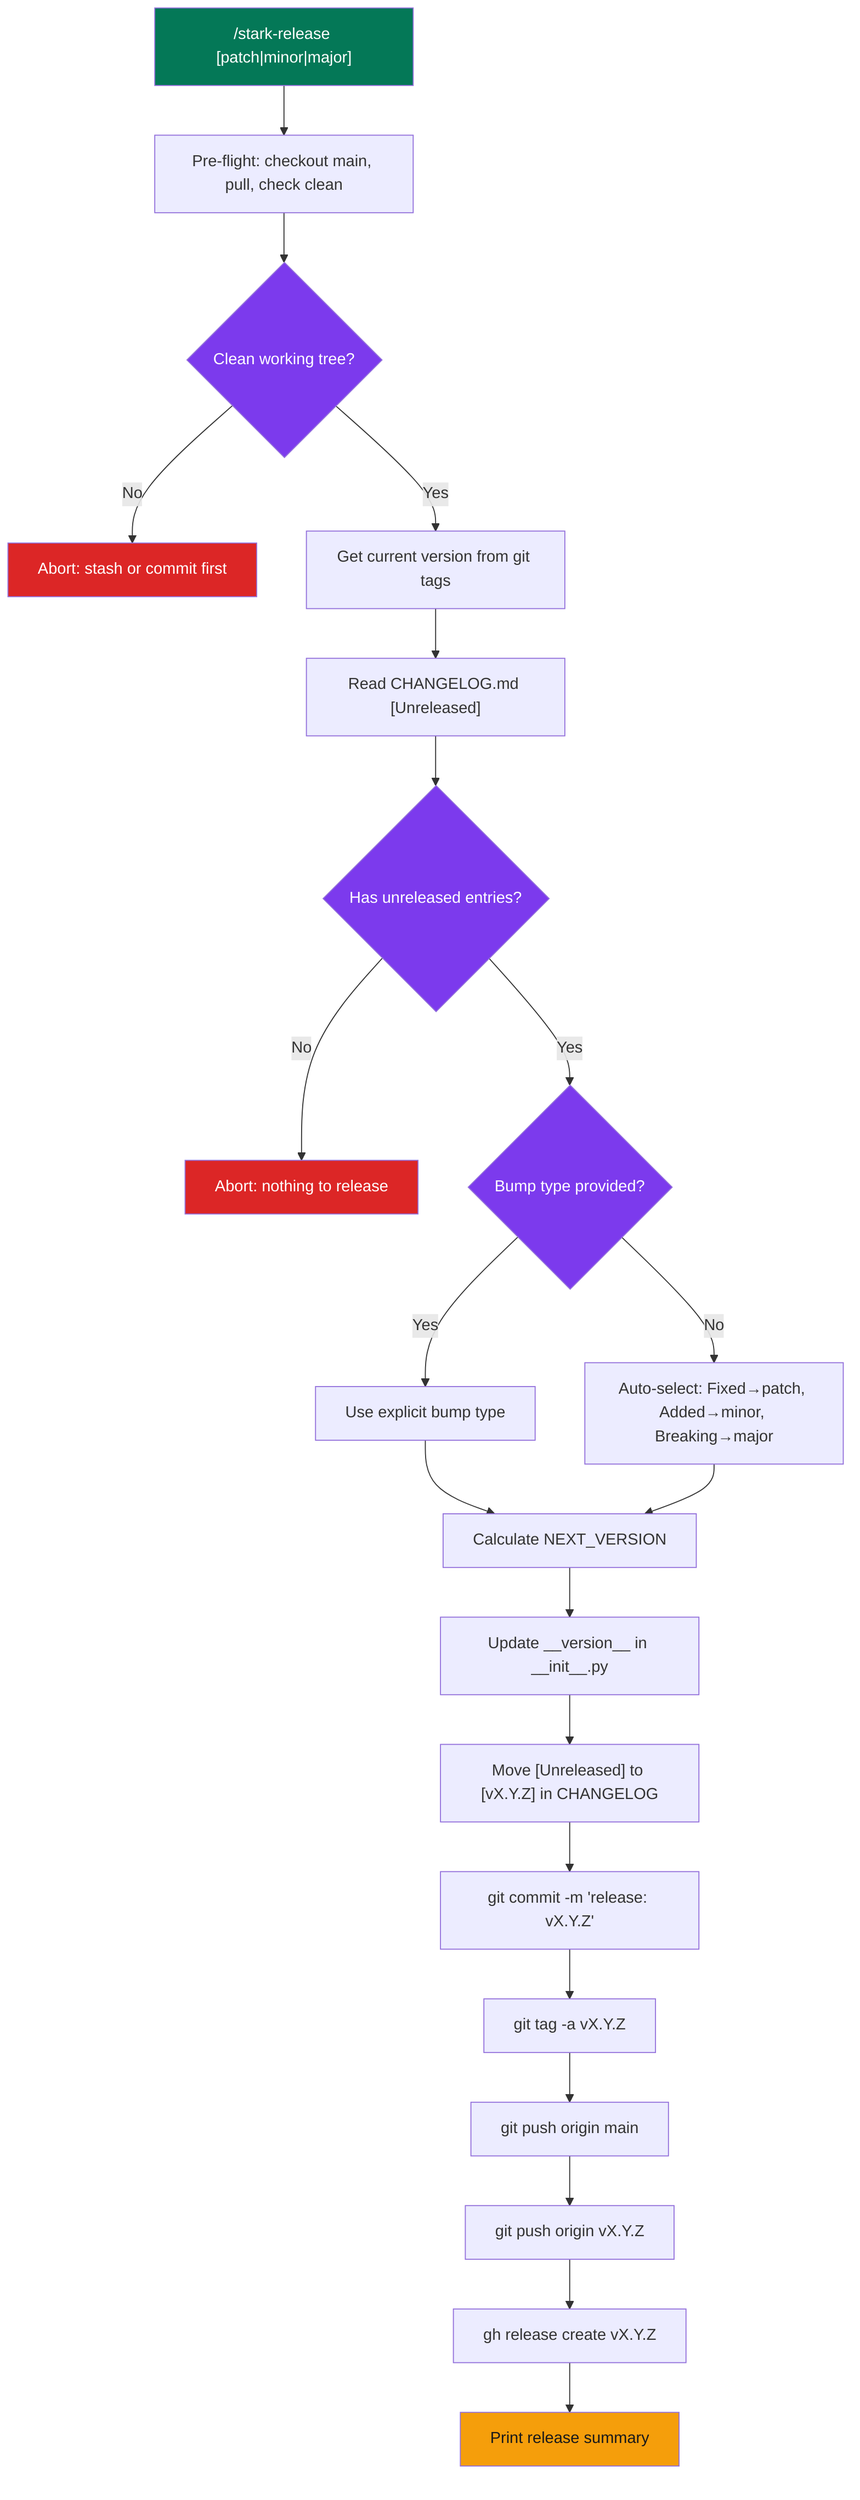
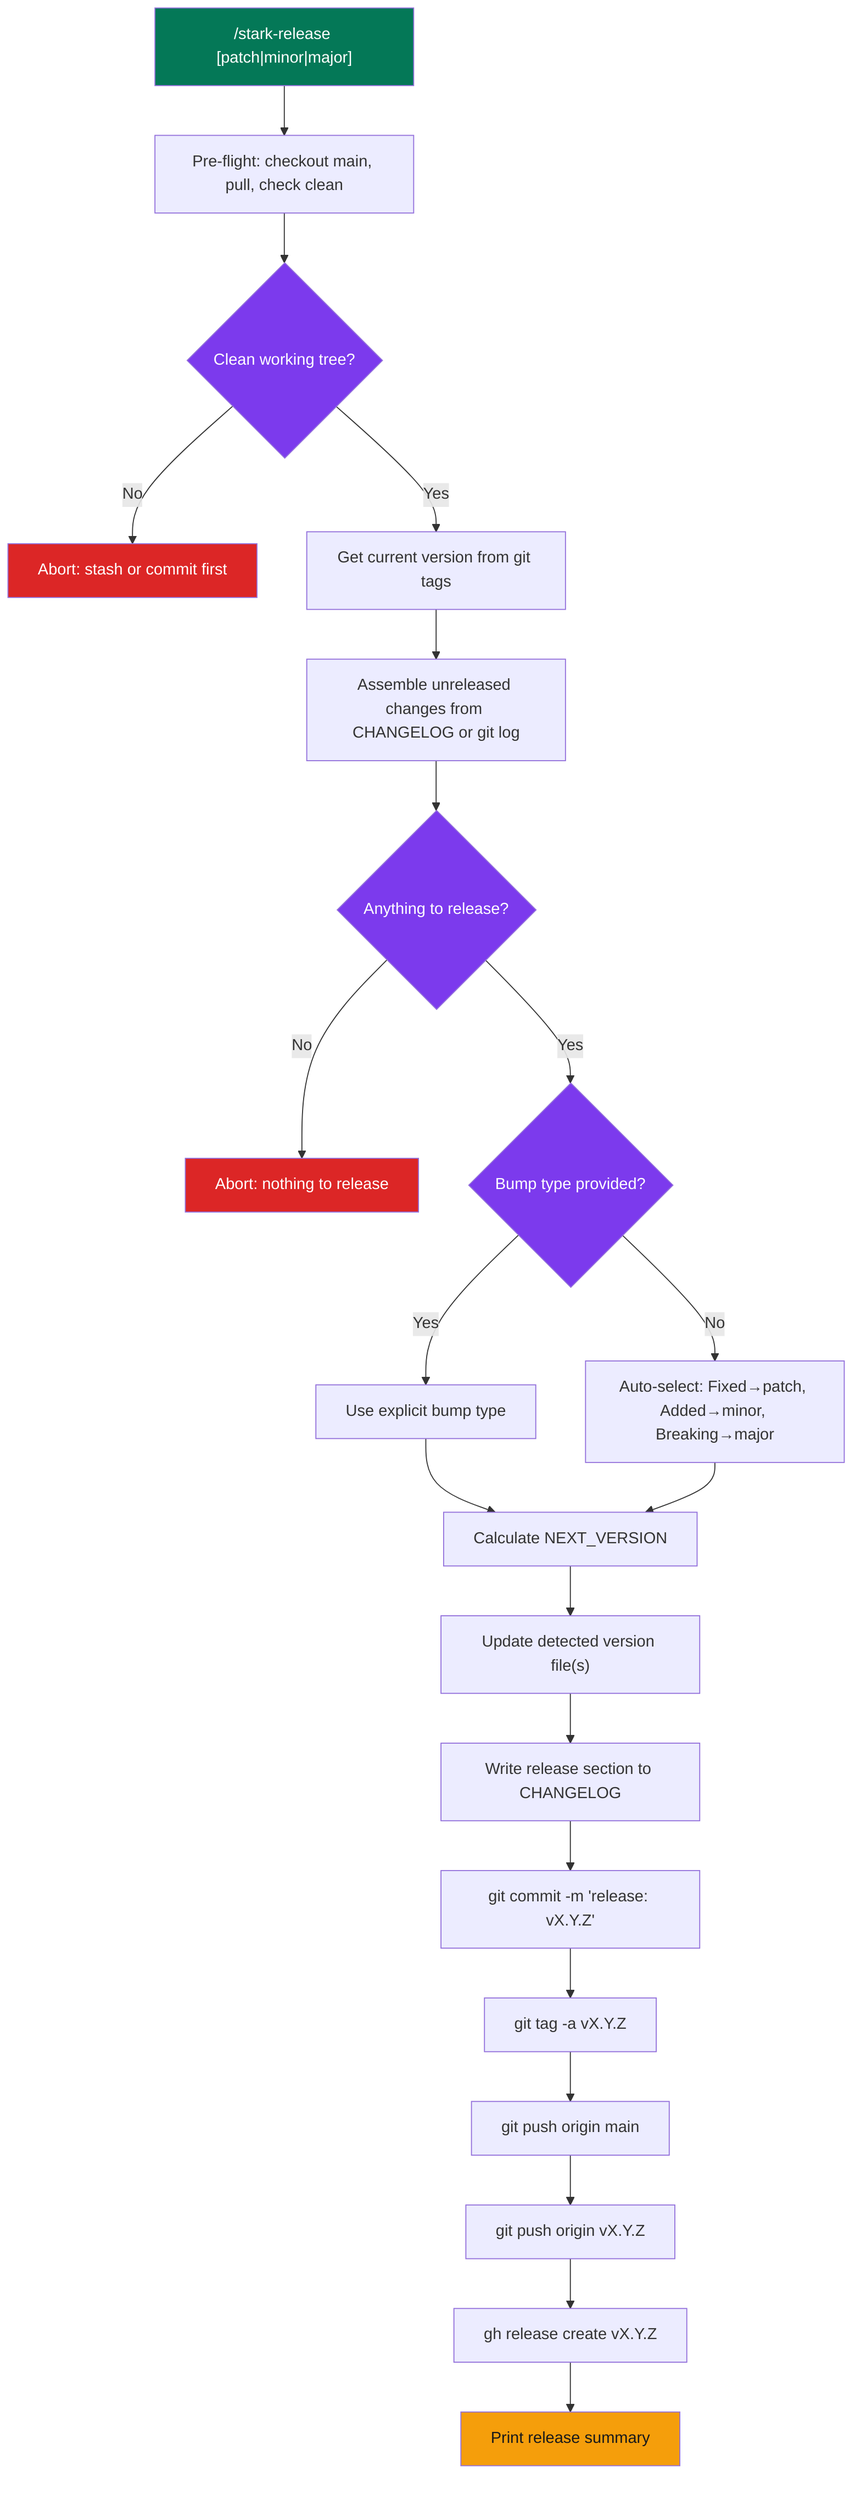
graph TD
    A["/stark-release [patch|minor|major]"] --> B["Pre-flight: checkout main, pull, check clean"]
    B --> C{"Clean working tree?"}
    C -- No --> D["Abort: stash or commit first"]
    C -- Yes --> E["Get current version from git tags"]
-     E --> F["Read CHANGELOG.md [Unreleased]"]
-     F --> G{"Has unreleased entries?"}
+     E --> F["Assemble unreleased changes from CHANGELOG or git log"]
+     F --> G{"Anything to release?"}
    G -- No --> H["Abort: nothing to release"]
    G -- Yes --> I{"Bump type provided?"}
    I -- Yes --> J["Use explicit bump type"]
    I -- No --> K["Auto-select: Fixed→patch, Added→minor, Breaking→major"]
    J --> L["Calculate NEXT_VERSION"]
    K --> L
-     L --> M["Update __version__ in __init__.py"]
-     M --> N["Move [Unreleased] to [vX.Y.Z] in CHANGELOG"]
+     L --> M["Update detected version file(s)"]
+     M --> N["Write release section to CHANGELOG"]
    N --> O["git commit -m 'release: vX.Y.Z'"]
    O --> P["git tag -a vX.Y.Z"]
    P --> Q["git push origin main"]
    Q --> R["git push origin vX.Y.Z"]
    R --> S["gh release create vX.Y.Z"]
    S --> T["Print release summary"]

    style A fill:#047857,color:#fff
    style C fill:#7c3aed,color:#fff
    style D fill:#dc2626,color:#fff
    style G fill:#7c3aed,color:#fff
    style H fill:#dc2626,color:#fff
    style I fill:#7c3aed,color:#fff
-     style T fill:#f59e0b,color:#1a1a1a+     style T fill:#f59e0b,color:#1a1a1a
